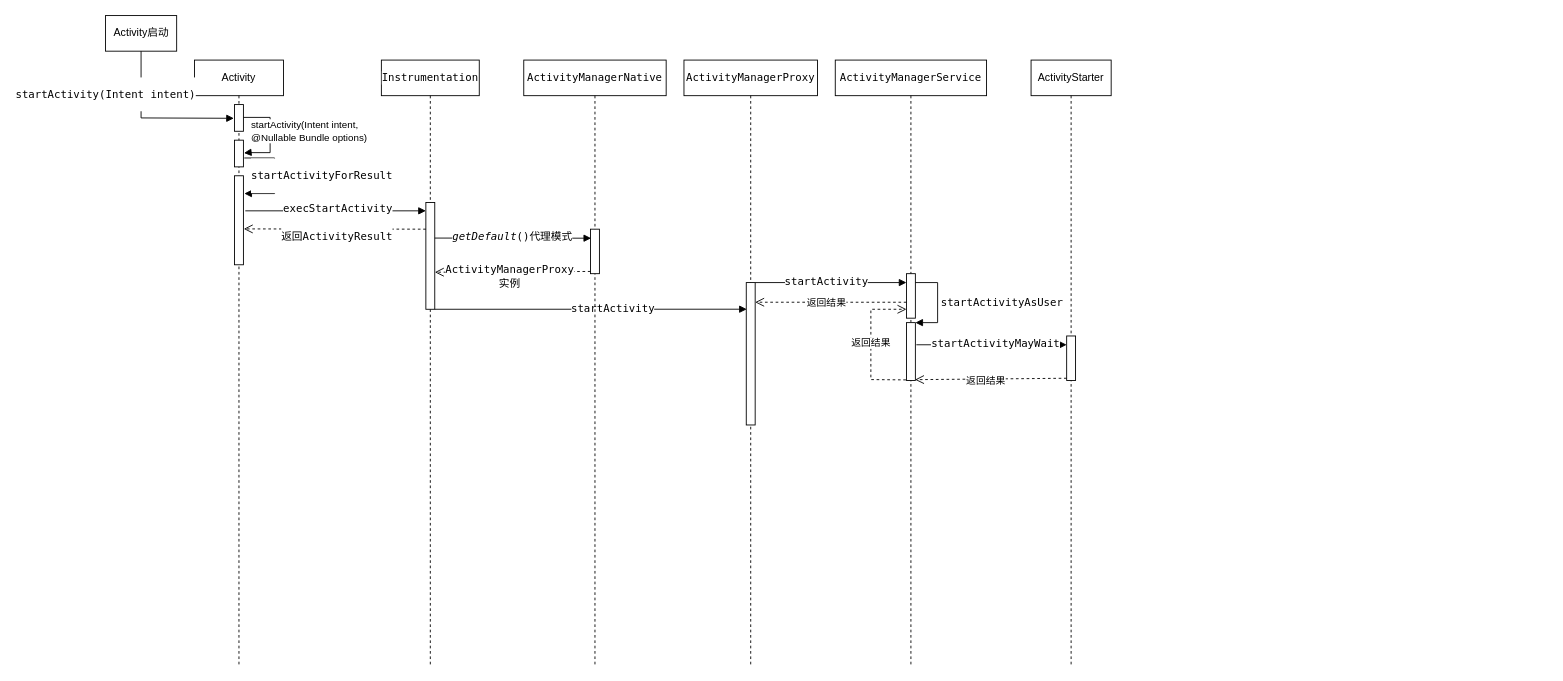
MUtopia2747/chart keeps this draw.io diagram as android大杂烩.drawio. Above is the earlier version. Source tidied: cells renumbered, new cells numbered last; positions are measured from the earlier drawing's top-left corner, leaving out a move shared by most shapes. Both pictures are drawn from the tidied source at 89%, with x=0, y=0 at pixel (105, 15).
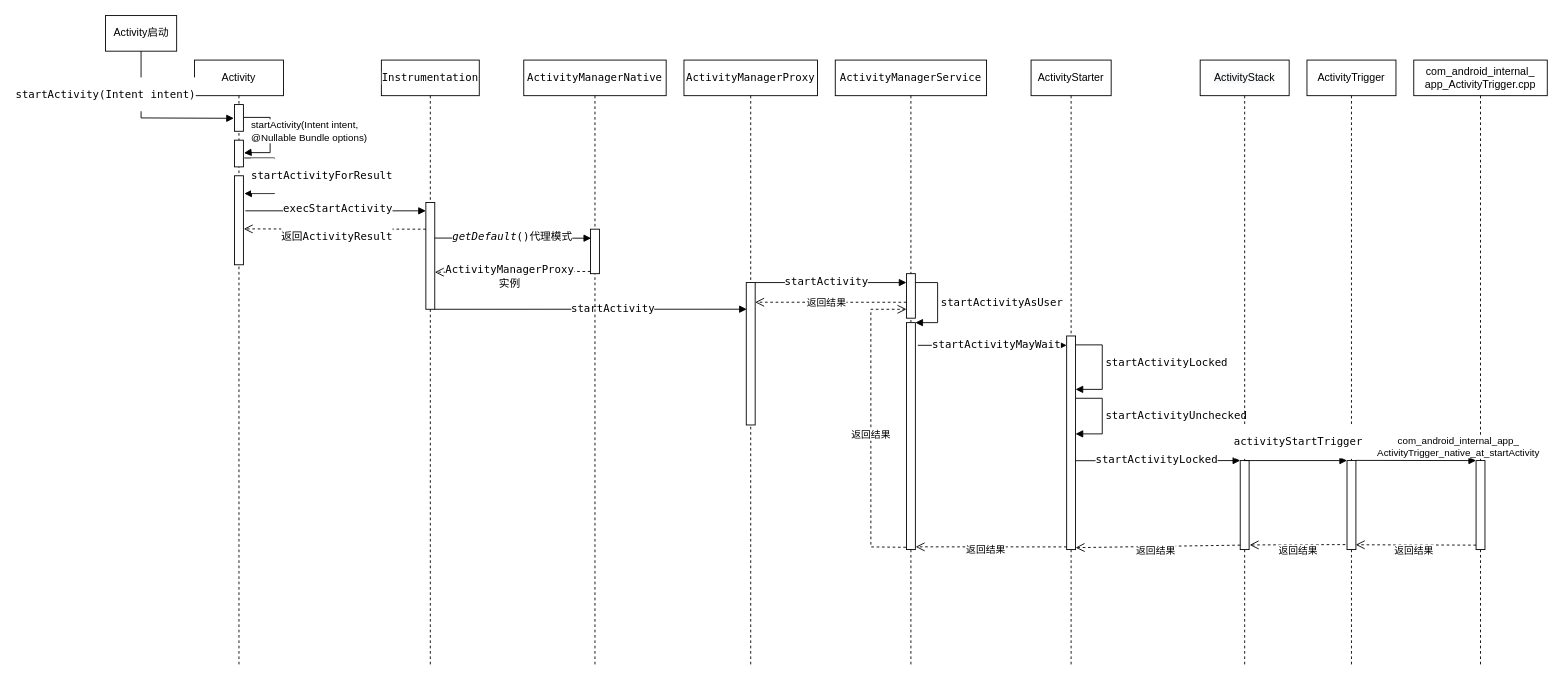
Above is the later version.

Commit message:
更新android大杂烩.drawio

The change refers to these unchanged cells:
```xml
<mxCell id="22" value="&lt;pre style=&quot;background-color: rgb(255, 255, 255); font-family: &amp;quot;DejaVu Sans Mono&amp;quot;, monospace; font-size: 9pt;&quot;&gt;ActivityManagerService&lt;/pre&gt;" style="shape=umlLifeline;perimeter=lifelinePerimeter;whiteSpace=wrap;html=1;" parent="1" vertex="1">
  <mxGeometry x="820" y="50" width="170" height="680" as="geometry" />
</mxCell>
<mxCell id="23" style="html=1;points=[];perimeter=orthogonalPerimeter;" parent="22" vertex="1">
  <mxGeometry x="80" y="240" width="10" height="50" as="geometry" />
</mxCell>
<mxCell id="28" value="ActivityStarter" style="shape=umlLifeline;perimeter=lifelinePerimeter;whiteSpace=wrap;html=1;" parent="1" vertex="1">
  <mxGeometry x="1040" y="50" width="90" height="680" as="geometry" />
</mxCell>
```

The edit, as a diff of the source:
```diff
@@
     <mxCell id="24" style="html=1;points=[];perimeter=orthogonalPerimeter;" parent="22" vertex="1">
-      <mxGeometry x="80" y="295" width="10" height="65" as="geometry" />
+      <mxGeometry x="80" y="295" width="10" height="255" as="geometry" />
     </mxCell>
@@
     <mxCell id="26" value="返回结果" style="html=1;verticalAlign=bottom;endArrow=open;dashed=1;endSize=8;rounded=0;exitX=-0.056;exitY=0.99;exitDx=0;exitDy=0;exitPerimeter=0;" parent="22" edge="1" source="24" target="23">
       <mxGeometry x="-0.1" relative="1" as="geometry">
         <Array as="points">
-          <mxPoint x="40" y="359" />
+          <mxPoint x="40" y="547" />
           <mxPoint x="40" y="280" />
         </Array>
       </mxGeometry>
     </mxCell>
@@
     <mxCell id="29" style="html=1;points=[];perimeter=orthogonalPerimeter;" parent="28" vertex="1">
-      <mxGeometry x="40" y="310" width="10" height="50" as="geometry" />
+      <mxGeometry x="40" y="310" width="10" height="240" as="geometry" />
     </mxCell>
+    <mxCell id="32" value="&lt;pre style=&quot;font-family: &amp;quot;DejaVu Sans Mono&amp;quot;, monospace; font-size: 9pt;&quot;&gt;startActivityLocked&lt;/pre&gt;" style="edgeStyle=orthogonalEdgeStyle;html=1;align=left;spacingLeft=2;endArrow=block;rounded=0;" parent="28" edge="1" target="29">
+      <mxGeometry x="-0.09" relative="1" as="geometry">
+        <mxPoint x="50" y="320" as="sourcePoint" />
+        <Array as="points">
+          <mxPoint x="80" y="320" />
+          <mxPoint x="80" y="370" />
+        </Array>
+      </mxGeometry>
+    </mxCell>
+    <mxCell id="33" value="&lt;pre style=&quot;font-family: &amp;quot;DejaVu Sans Mono&amp;quot;, monospace; font-size: 9pt;&quot;&gt;startActivityUnchecked&lt;/pre&gt;" style="edgeStyle=orthogonalEdgeStyle;html=1;align=left;spacingLeft=2;endArrow=block;rounded=0;" parent="28" edge="1">
+      <mxGeometry relative="1" as="geometry">
+        <mxPoint x="50" y="380" as="sourcePoint" />
+        <mxPoint x="50" y="420" as="targetPoint" />
+        <Array as="points">
+          <mxPoint x="80" y="380" />
+          <mxPoint x="80" y="420" />
+          <mxPoint x="50" y="420" />
+        </Array>
+      </mxGeometry>
+    </mxCell>
-    <mxCell id="30" value="&lt;pre style=&quot;font-family: &amp;quot;DejaVu Sans Mono&amp;quot;, monospace; font-size: 9pt;&quot;&gt;startActivityMayWait&lt;/pre&gt;" style="html=1;verticalAlign=bottom;endArrow=block;rounded=0;exitX=1.111;exitY=0.383;exitDx=0;exitDy=0;exitPerimeter=0;" parent="1" edge="1" source="24" target="29">
+    <mxCell id="30" value="&lt;pre style=&quot;font-family: &amp;quot;DejaVu Sans Mono&amp;quot;, monospace; font-size: 9pt;&quot;&gt;startActivityMayWait&lt;/pre&gt;" style="html=1;verticalAlign=bottom;endArrow=block;rounded=0;exitX=1.278;exitY=0.1;exitDx=0;exitDy=0;exitPerimeter=0;" parent="1" edge="1" source="24" target="29">
       <mxGeometry x="0.05" y="-20" relative="1" as="geometry" />
     </mxCell>
-    <mxCell id="31" value="返回结果" style="html=1;verticalAlign=bottom;endArrow=open;dashed=1;endSize=8;exitX=0;exitY=0.95;rounded=0;entryX=0.96;entryY=0.986;entryDx=0;entryDy=0;entryPerimeter=0;" parent="1" edge="1" source="29" target="24">
-      <mxGeometry x="0.07" y="12" relative="1" as="geometry" />
+    <mxCell id="31" value="返回结果" style="html=1;verticalAlign=bottom;endArrow=open;dashed=1;endSize=8;rounded=0;entryX=1.033;entryY=0.988;entryDx=0;entryDy=0;entryPerimeter=0;" parent="1" edge="1" target="24">
+      <mxGeometry x="0.07" y="12" relative="1" as="geometry">
+        <mxPoint x="1080" y="597" as="sourcePoint" />
+      </mxGeometry>
     </mxCell>
+    <mxCell id="34" value="&lt;pre style=&quot;background-color: rgb(255, 255, 255); font-family: &amp;quot;DejaVu Sans Mono&amp;quot;, monospace; font-size: 9pt;&quot;&gt;&lt;span style=&quot;font-family: Helvetica; background-color: rgb(248, 249, 250);&quot;&gt;ActivityStack&lt;/span&gt;&lt;br&gt;&lt;/pre&gt;" style="shape=umlLifeline;perimeter=lifelinePerimeter;whiteSpace=wrap;html=1;outlineConnect=0;" parent="1" vertex="1">
+      <mxGeometry x="1230" y="50" width="100" height="680" as="geometry" />
+    </mxCell>
+    <mxCell id="35" style="html=1;points=[];perimeter=orthogonalPerimeter;" parent="34" vertex="1">
+      <mxGeometry x="45" y="450" width="10" height="100" as="geometry" />
+    </mxCell>
+    <mxCell id="36" value="&lt;pre style=&quot;font-family: &amp;quot;DejaVu Sans Mono&amp;quot;, monospace; font-size: 9pt;&quot;&gt;startActivityLocked&lt;/pre&gt;" style="html=1;verticalAlign=bottom;endArrow=block;entryX=0;entryY=0;rounded=0;exitX=0.99;exitY=0.584;exitDx=0;exitDy=0;exitPerimeter=0;" parent="1" edge="1" source="29" target="35">
+      <mxGeometry x="-0.02" y="-20" relative="1" as="geometry" />
+    </mxCell>
+    <mxCell id="37" value="返回结果" style="html=1;verticalAlign=bottom;endArrow=open;dashed=1;endSize=8;exitX=0;exitY=0.95;rounded=0;entryX=1.005;entryY=0.991;entryDx=0;entryDy=0;entryPerimeter=0;" parent="1" edge="1" source="35" target="29">
+      <mxGeometry x="0.03" y="14" relative="1" as="geometry" />
+    </mxCell>
+    <mxCell id="38" value="ActivityTrigger" style="shape=umlLifeline;perimeter=lifelinePerimeter;whiteSpace=wrap;html=1;" parent="1" vertex="1">
+      <mxGeometry x="1350" y="50" width="100" height="680" as="geometry" />
+    </mxCell>
+    <mxCell id="39" style="html=1;points=[];perimeter=orthogonalPerimeter;" parent="38" vertex="1">
+      <mxGeometry x="45" y="450" width="10" height="100" as="geometry" />
+    </mxCell>
+    <mxCell id="40" value="com_android_internal_&lt;br&gt;app_ActivityTrigger.cpp" style="shape=umlLifeline;perimeter=lifelinePerimeter;whiteSpace=wrap;html=1;" parent="1" vertex="1">
+      <mxGeometry x="1470" y="50" width="150" height="680" as="geometry" />
+    </mxCell>
+    <mxCell id="41" style="html=1;points=[];perimeter=orthogonalPerimeter;" parent="40" vertex="1">
+      <mxGeometry x="70" y="450" width="10" height="100" as="geometry" />
+    </mxCell>
+    <mxCell id="42" value="返回结果" style="html=1;verticalAlign=bottom;endArrow=open;dashed=1;endSize=8;rounded=0;exitX=-0.194;exitY=0.944;exitDx=0;exitDy=0;exitPerimeter=0;entryX=1.065;entryY=0.948;entryDx=0;entryDy=0;entryPerimeter=0;" parent="1" edge="1" source="39" target="35">
+      <mxGeometry x="-0.01" y="15" relative="1" as="geometry" />
+    </mxCell>
+    <mxCell id="43" value="&lt;pre style=&quot;font-family: &amp;quot;DejaVu Sans Mono&amp;quot;, monospace; font-size: 9pt;&quot;&gt;activityStartTrigger&lt;/pre&gt;" style="html=1;verticalAlign=bottom;endArrow=block;entryX=0;entryY=0;rounded=0;" parent="1" edge="1" source="34" target="39">
+      <mxGeometry x="0.04" relative="1" as="geometry" />
+    </mxCell>
+    <mxCell id="44" value="com_android_internal_app_&lt;br&gt;ActivityTrigger_native_at_startActivity" style="html=1;verticalAlign=bottom;endArrow=block;entryX=0;entryY=0;rounded=0;exitX=0.982;exitY=-0.002;exitDx=0;exitDy=0;exitPerimeter=0;" parent="1" edge="1" source="39" target="41">
+      <mxGeometry x="0.7" relative="1" as="geometry" />
+    </mxCell>
+    <mxCell id="45" value="返回结果" style="html=1;verticalAlign=bottom;endArrow=open;dashed=1;endSize=8;exitX=0;exitY=0.95;rounded=0;entryX=0.98;entryY=0.946;entryDx=0;entryDy=0;entryPerimeter=0;" parent="1" edge="1" source="41" target="39">
+      <mxGeometry x="0.03" y="15" relative="1" as="geometry" />
+    </mxCell>
```
